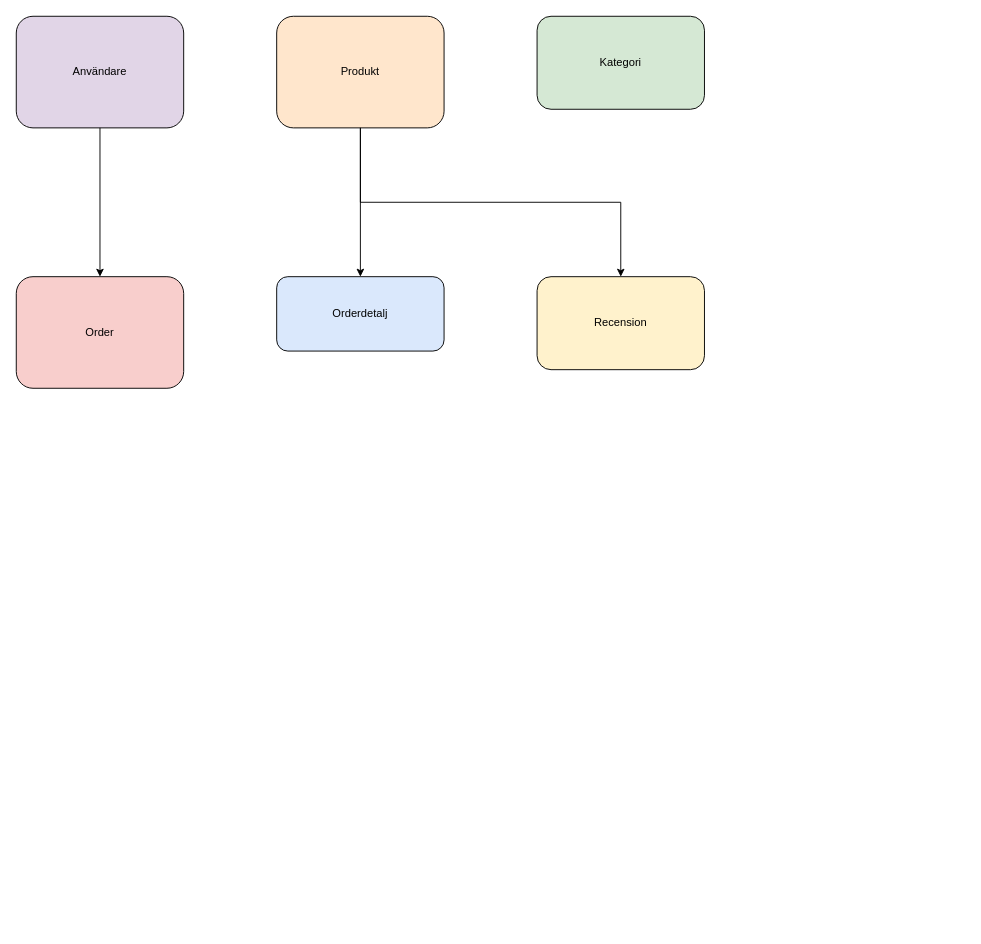
Before: Untitled Diagram.drawio in pyropoo/school, a draw.io diagram. Source tidied: cells renumbered, new cells numbered last; positions are measured from the earlier drawing's top-left corner, leaving out a move shared by most shapes. Both pictures are drawn from the tidied source at 93%, with x=0, y=0 at pixel (16, 16).
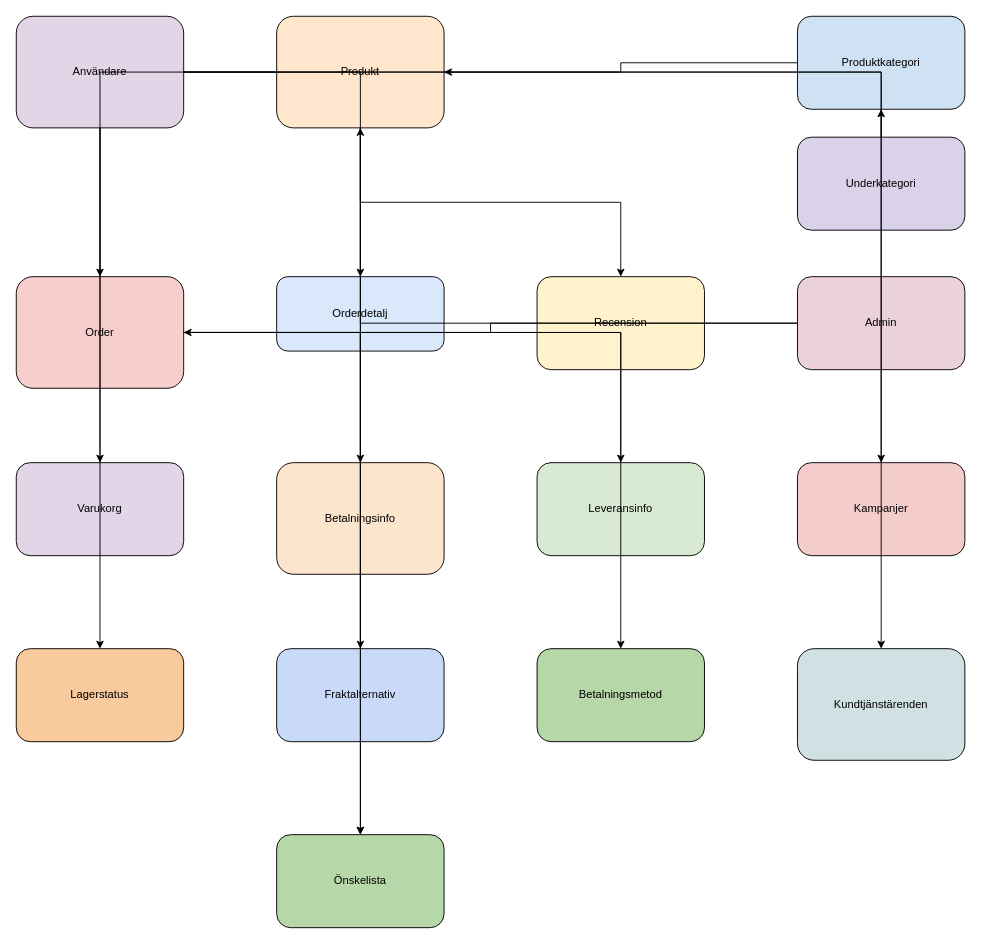
After the change.

The change refers to these unchanged cells:
```xml
<mxCell id="2" value="Användare" style="rounded=1;whiteSpace=wrap;html=1;fillColor=#E1D5E7;" parent="1" vertex="1">
  <mxGeometry width="180" height="120" as="geometry" />
</mxCell>
<mxCell id="3" value="Produkt" style="rounded=1;whiteSpace=wrap;html=1;fillColor=#FFE6CC;" parent="1" vertex="1">
  <mxGeometry x="280" width="180" height="120" as="geometry" />
</mxCell>
<mxCell id="5" value="Order" style="rounded=1;whiteSpace=wrap;html=1;fillColor=#F8CECC;" parent="1" vertex="1">
  <mxGeometry y="280" width="180" height="120" as="geometry" />
</mxCell>
```

What changed in the source:
```diff
@@
-    <mxCell id="4" value="Kategori" style="rounded=1;whiteSpace=wrap;html=1;fillColor=#D5E8D4;" parent="1" vertex="1">
-      <mxGeometry x="560" width="180" height="100" as="geometry" />
-    </mxCell>
@@
+    <mxCell id="11" value="Varukorg" style="rounded=1;whiteSpace=wrap;html=1;fillColor=#e1d5e7;" parent="1" vertex="1">
+      <mxGeometry y="480" width="180" height="100" as="geometry" />
+    </mxCell>
+    <mxCell id="12" value="Betalningsinfo" style="rounded=1;whiteSpace=wrap;html=1;fillColor=#fce5cd;" parent="1" vertex="1">
+      <mxGeometry x="280" y="480" width="180" height="120" as="geometry" />
+    </mxCell>
+    <mxCell id="13" value="Leveransinfo" style="rounded=1;whiteSpace=wrap;html=1;fillColor=#d9ead3;" parent="1" vertex="1">
+      <mxGeometry x="560" y="480" width="180" height="100" as="geometry" />
+    </mxCell>
+    <mxCell id="14" style="edgeStyle=orthogonalEdgeStyle;rounded=0;html=1;" parent="1" edge="1" source="2" target="11">
+      <mxGeometry relative="1" as="geometry" />
+    </mxCell>
+    <mxCell id="15" style="edgeStyle=orthogonalEdgeStyle;rounded=0;html=1;" parent="1" edge="1" source="5" target="12">
+      <mxGeometry relative="1" as="geometry" />
+    </mxCell>
+    <mxCell id="16" style="edgeStyle=orthogonalEdgeStyle;rounded=0;html=1;" parent="1" edge="1" source="5" target="13">
+      <mxGeometry relative="1" as="geometry" />
+    </mxCell>
+    <mxCell id="17" value="Produktkategori" style="rounded=1;whiteSpace=wrap;html=1;fillColor=#cfe2f3;" parent="1" vertex="1">
+      <mxGeometry x="840" width="180" height="100" as="geometry" />
+    </mxCell>
+    <mxCell id="18" value="Underkategori" style="rounded=1;whiteSpace=wrap;html=1;fillColor=#d9d2e9;" parent="1" vertex="1">
+      <mxGeometry x="840" y="130" width="180" height="100" as="geometry" />
+    </mxCell>
+    <mxCell id="19" value="Admin" style="rounded=1;whiteSpace=wrap;html=1;fillColor=#ead1dc;" parent="1" vertex="1">
+      <mxGeometry x="840" y="280" width="180" height="100" as="geometry" />
+    </mxCell>
+    <mxCell id="20" style="edgeStyle=orthogonalEdgeStyle;rounded=0;html=1;" parent="1" edge="1" source="17" target="3">
+      <mxGeometry relative="1" as="geometry" />
+    </mxCell>
+    <mxCell id="21" style="edgeStyle=orthogonalEdgeStyle;rounded=0;html=1;" parent="1" edge="1" source="18" target="17">
+      <mxGeometry relative="1" as="geometry" />
+    </mxCell>
+    <mxCell id="22" style="edgeStyle=orthogonalEdgeStyle;rounded=0;html=1;" parent="1" edge="1" source="19" target="3">
+      <mxGeometry relative="1" as="geometry" />
+    </mxCell>
+    <mxCell id="23" style="edgeStyle=orthogonalEdgeStyle;rounded=0;html=1;" parent="1" edge="1" source="19" target="5">
+      <mxGeometry relative="1" as="geometry" />
+    </mxCell>
+    <mxCell id="24" value="Lagerstatus" style="rounded=1;whiteSpace=wrap;html=1;fillColor=#f9cb9c;" parent="1" vertex="1">
+      <mxGeometry y="680" width="180" height="100" as="geometry" />
+    </mxCell>
+    <mxCell id="25" value="Fraktalternativ" style="rounded=1;whiteSpace=wrap;html=1;fillColor=#c9daf8;" parent="1" vertex="1">
+      <mxGeometry x="280" y="680" width="180" height="100" as="geometry" />
+    </mxCell>
+    <mxCell id="26" value="Betalningsmetod" style="rounded=1;whiteSpace=wrap;html=1;fillColor=#b6d7a8;" parent="1" vertex="1">
+      <mxGeometry x="560" y="680" width="180" height="100" as="geometry" />
+    </mxCell>
+    <mxCell id="27" style="edgeStyle=orthogonalEdgeStyle;rounded=0;html=1;" parent="1" edge="1" source="3" target="24">
+      <mxGeometry relative="1" as="geometry" />
+    </mxCell>
+    <mxCell id="28" style="edgeStyle=orthogonalEdgeStyle;rounded=0;html=1;" parent="1" edge="1" source="5" target="25">
+      <mxGeometry relative="1" as="geometry" />
+    </mxCell>
+    <mxCell id="29" style="edgeStyle=orthogonalEdgeStyle;rounded=0;html=1;" parent="1" edge="1" source="5" target="26">
+      <mxGeometry relative="1" as="geometry" />
+    </mxCell>
+    <mxCell id="30" value="Kampanjer" style="rounded=1;whiteSpace=wrap;html=1;fillColor=#f4cccc;" parent="1" vertex="1">
+      <mxGeometry x="840" y="480" width="180" height="100" as="geometry" />
+    </mxCell>
+    <mxCell id="31" value="Kundtjänstärenden" style="rounded=1;whiteSpace=wrap;html=1;fillColor=#d0e0e3;" parent="1" vertex="1">
+      <mxGeometry x="840" y="680" width="180" height="120" as="geometry" />
+    </mxCell>
+    <mxCell id="32" value="Önskelista" style="rounded=1;whiteSpace=wrap;html=1;fillColor=#b6d7a8;" parent="1" vertex="1">
+      <mxGeometry x="280" y="880" width="180" height="100" as="geometry" />
+    </mxCell>
+    <mxCell id="33" style="edgeStyle=orthogonalEdgeStyle;rounded=0;html=1;" parent="1" edge="1" source="2" target="30">
+      <mxGeometry relative="1" as="geometry" />
+    </mxCell>
+    <mxCell id="34" style="edgeStyle=orthogonalEdgeStyle;rounded=0;html=1;" parent="1" edge="1" source="2" target="31">
+      <mxGeometry relative="1" as="geometry" />
+    </mxCell>
+    <mxCell id="35" style="edgeStyle=orthogonalEdgeStyle;rounded=0;html=1;" parent="1" edge="1" source="2" target="32">
+      <mxGeometry relative="1" as="geometry" />
+    </mxCell>
+    <mxCell id="36" style="edgeStyle=orthogonalEdgeStyle;rounded=0;html=1;" parent="1" edge="1" source="3" target="32">
+      <mxGeometry relative="1" as="geometry" />
+    </mxCell>
```
